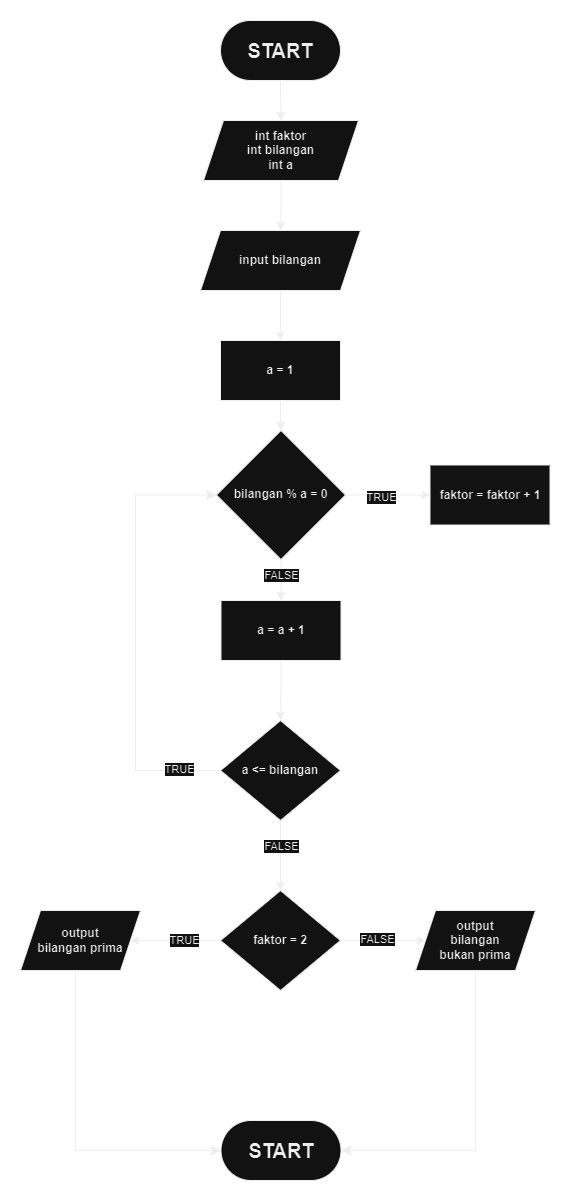
Before: bilangan/ganjilGenapPrima/flow_prima.png, a diagram exported from draw.io (galihsch/cpp-gallery). Source tidied: cells renumbered, new cells last; positions are measured from the earlier drawing's top-left corner, leaving out a move shared by most shapes.
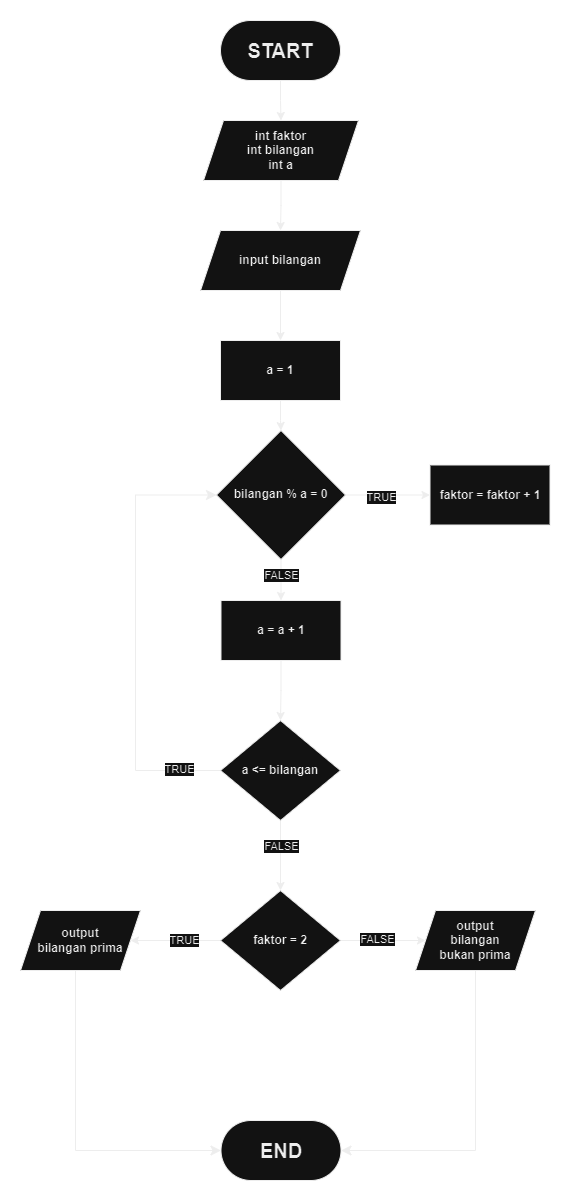
The same file after the commit.

The edit, as a diff of the source:
```diff
@@ -97,7 +97,7 @@
     <mxCell id="29" value="output&lt;br&gt;bilangan&lt;br&gt;bukan prima" style="shape=parallelogram;perimeter=parallelogramPerimeter;whiteSpace=wrap;html=1;fixedSize=1;fontStyle=1;" parent="1" vertex="1">
       <mxGeometry x="395" y="890" width="120" height="60" as="geometry" />
     </mxCell>
-    <mxCell id="30" value="START" style="rounded=1;whiteSpace=wrap;html=1;arcSize=50;fontStyle=1;fontSize=20;" parent="1" vertex="1">
+    <mxCell id="30" value="END" style="rounded=1;whiteSpace=wrap;html=1;arcSize=50;fontStyle=1;fontSize=20;" parent="1" vertex="1">
       <mxGeometry x="200.5" y="1100" width="120" height="60" as="geometry" />
     </mxCell>
     <mxCell id="31" style="edgeStyle=segmentEdgeStyle;endArrow=classic;html=1;curved=0;rounded=0;endSize=8;startSize=8;entryX=0;entryY=0.5;entryDx=0;entryDy=0;exitX=0.5;exitY=1;exitDx=0;exitDy=0;" parent="1" edge="1" source="28" target="30">
```
